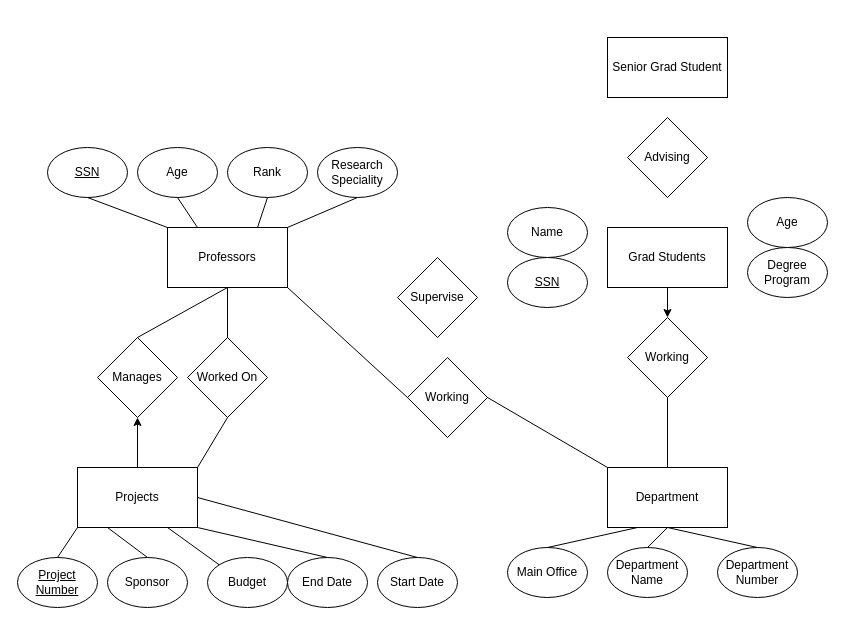
This is homework1.drawio from Swoopi/2022_0s_211, a draw.io file, before an edit. Source tidied: cells renumbered, new cells numbered last; positions are measured from the earlier drawing's top-left corner, leaving out a move shared by most shapes. Both pictures are drawn from the tidied source at 100%, with x=0, y=0 at pixel (17, 37).
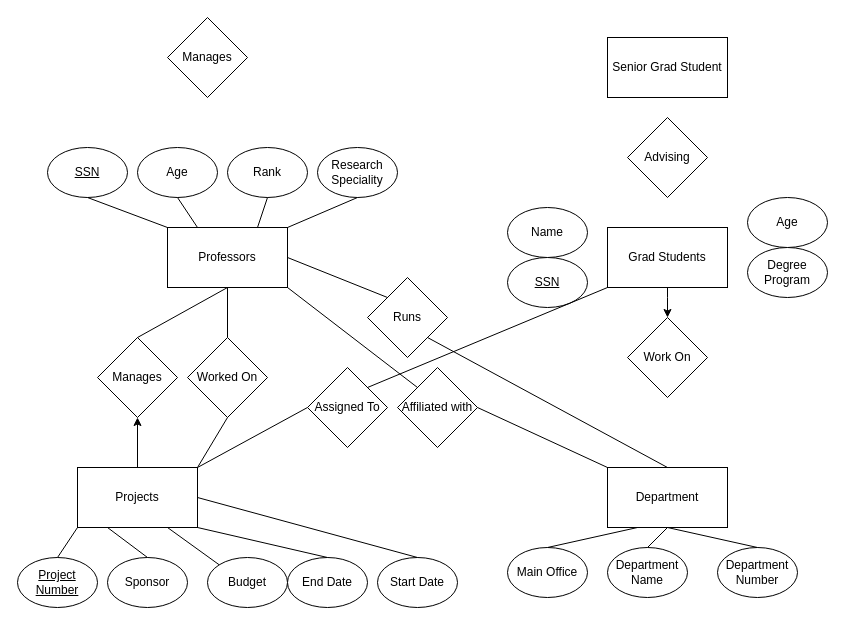
After the change.

The change refers to these unchanged cells:
```xml
<mxCell id="2" value="Professors" style="rounded=0;whiteSpace=wrap;html=1;" parent="1" vertex="1">
  <mxGeometry x="150" y="190" width="120" height="60" as="geometry" />
</mxCell>
<mxCell id="3" value="Projects" style="rounded=0;whiteSpace=wrap;html=1;" parent="1" vertex="1">
  <mxGeometry x="60" y="430" width="120" height="60" as="geometry" />
</mxCell>
<mxCell id="4" value="Grad Students" style="rounded=0;whiteSpace=wrap;html=1;" parent="1" vertex="1">
  <mxGeometry x="590" y="190" width="120" height="60" as="geometry" />
</mxCell>
<mxCell id="5" value="Department" style="rounded=0;whiteSpace=wrap;html=1;" parent="1" vertex="1">
  <mxGeometry x="590" y="430" width="120" height="60" as="geometry" />
</mxCell>
```

Change to the diagram source:
```diff
@@
-    <mxCell id="40" value="Working" style="rhombus;whiteSpace=wrap;html=1;" parent="1" vertex="1">
+    <mxCell id="40" value="Work On" style="rhombus;whiteSpace=wrap;html=1;" parent="1" vertex="1">
       <mxGeometry x="610" y="280" width="80" height="80" as="geometry" />
     </mxCell>
-    <mxCell id="41" style="endArrow=none;html=1;rounded=0;entryX=0.5;entryY=1;entryDx=0;entryDy=0;exitX=0.5;exitY=0;exitDx=0;exitDy=0;" parent="1" edge="1" source="5" target="40">
+    <mxCell id="41" style="endArrow=none;html=1;rounded=0;entryX=1;entryY=1;entryDx=0;entryDy=0;exitX=0.5;exitY=0;exitDx=0;exitDy=0;" parent="1" edge="1" source="5" target="50">
       <mxGeometry relative="1" as="geometry" />
     </mxCell>
     <mxCell id="42" style="endArrow=classic;html=1;rounded=0;entryX=0.5;entryY=0;entryDx=0;entryDy=0;exitX=0.5;exitY=1;exitDx=0;exitDy=0;" parent="1" edge="1" source="4" target="40">
-      <mxGeometry relative="1" as="geometry" />
+      <mxGeometry relative="1" as="geometry">
+        <Array as="points">
+          <mxPoint x="650" y="260" />
+        </Array>
+      </mxGeometry>
     </mxCell>
@@
-    <mxCell id="45" value="Working" style="rhombus;whiteSpace=wrap;html=1;" parent="1" vertex="1">
-      <mxGeometry x="390" y="320" width="80" height="80" as="geometry" />
+    <mxCell id="45" value="Affiliated with" style="rhombus;whiteSpace=wrap;html=1;" parent="1" vertex="1">
+      <mxGeometry x="380" y="330" width="80" height="80" as="geometry" />
     </mxCell>
-    <mxCell id="46" style="endArrow=none;html=1;rounded=0;entryX=1;entryY=0.5;entryDx=0;entryDy=0;exitX=0;exitY=0;exitDx=0;exitDy=0;" parent="1" edge="1" source="5" target="45">
+    <mxCell id="46" style="endArrow=none;html=1;rounded=0;entryX=0;entryY=1;entryDx=0;entryDy=0;exitX=1;exitY=0;exitDx=0;exitDy=0;" parent="1" edge="1" source="48" target="4">
       <mxGeometry relative="1" as="geometry" />
     </mxCell>
-    <mxCell id="47" style="endArrow=none;html=1;rounded=0;entryX=1;entryY=1;entryDx=0;entryDy=0;exitX=0;exitY=0.5;exitDx=0;exitDy=0;" parent="1" edge="1" source="45" target="2">
+    <mxCell id="47" style="endArrow=none;html=1;rounded=0;entryX=1;entryY=0;entryDx=0;entryDy=0;exitX=0;exitY=0.5;exitDx=0;exitDy=0;" parent="1" edge="1" source="48" target="3">
       <mxGeometry relative="1" as="geometry" />
     </mxCell>
-    <mxCell id="48" value="Supervise" style="rhombus;whiteSpace=wrap;html=1;" parent="1" vertex="1">
-      <mxGeometry x="380" y="220" width="80" height="80" as="geometry" />
+    <mxCell id="48" value="Assigned To" style="rhombus;whiteSpace=wrap;html=1;" parent="1" vertex="1">
+      <mxGeometry x="290" y="330" width="80" height="80" as="geometry" />
     </mxCell>
+    <mxCell id="49" value="Manages" style="rhombus;whiteSpace=wrap;html=1;" parent="1" vertex="1">
+      <mxGeometry x="150" y="-20" width="80" height="80" as="geometry" />
+    </mxCell>
+    <mxCell id="50" value="Runs" style="rhombus;whiteSpace=wrap;html=1;" parent="1" vertex="1">
+      <mxGeometry x="350" y="240" width="80" height="80" as="geometry" />
+    </mxCell>
+    <mxCell id="51" style="endArrow=none;html=1;rounded=0;entryX=0;entryY=0;entryDx=0;entryDy=0;exitX=1;exitY=0.5;exitDx=0;exitDy=0;" parent="1" edge="1" source="2" target="50">
+      <mxGeometry relative="1" as="geometry" />
+    </mxCell>
+    <mxCell id="52" style="endArrow=none;html=1;rounded=0;entryX=1;entryY=0.5;entryDx=0;entryDy=0;exitX=0;exitY=0;exitDx=0;exitDy=0;" parent="1" edge="1" source="5" target="45">
+      <mxGeometry relative="1" as="geometry" />
+    </mxCell>
+    <mxCell id="53" style="endArrow=none;html=1;rounded=0;entryX=0;entryY=0;entryDx=0;entryDy=0;exitX=1;exitY=1;exitDx=0;exitDy=0;" parent="1" edge="1" source="2" target="45">
+      <mxGeometry relative="1" as="geometry" />
+    </mxCell>
```
